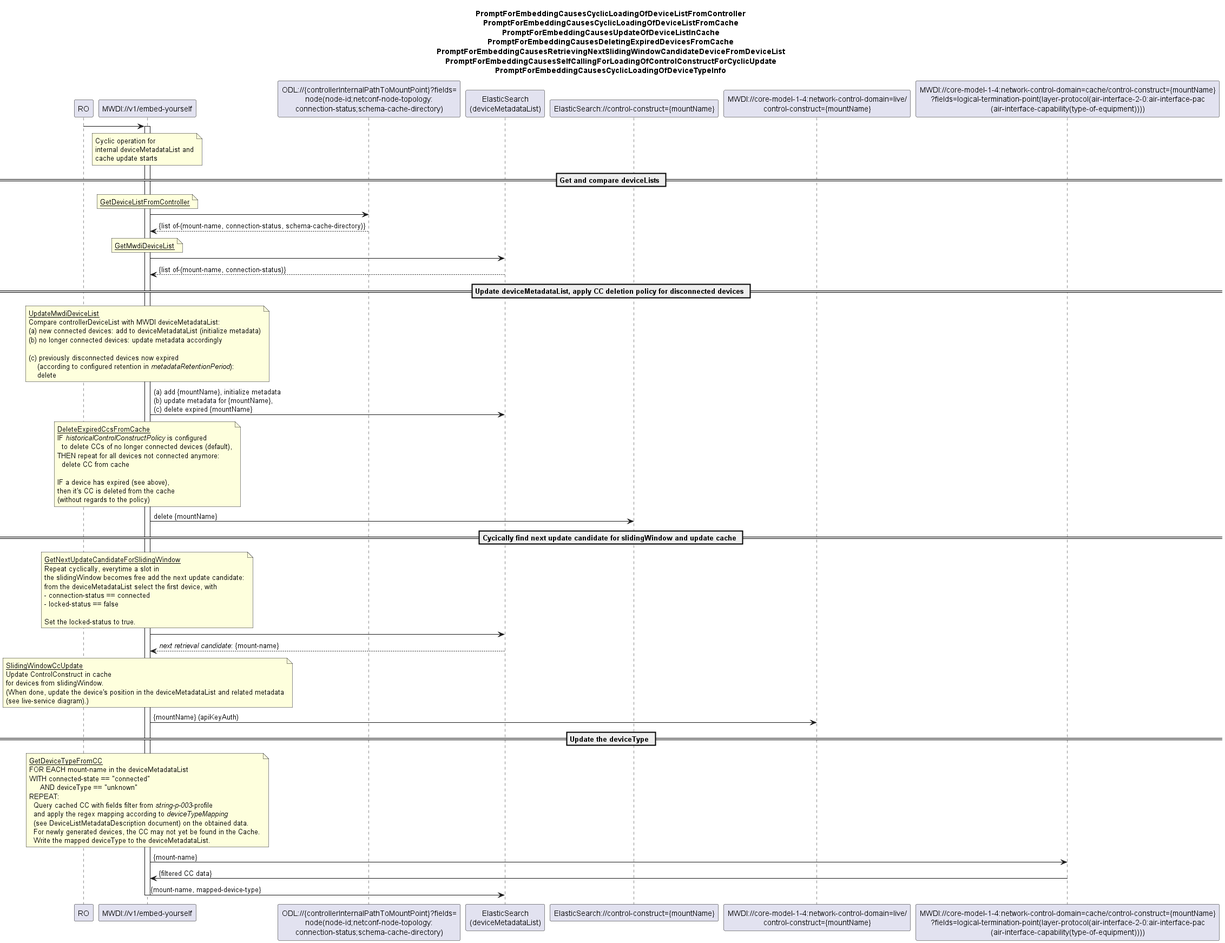
The PlantUML diagram spec/diagrams/00x_CyclicOperationBasedDeviceListSync.png in openBackhaul/MicroWaveDeviceInventory, before a commit.
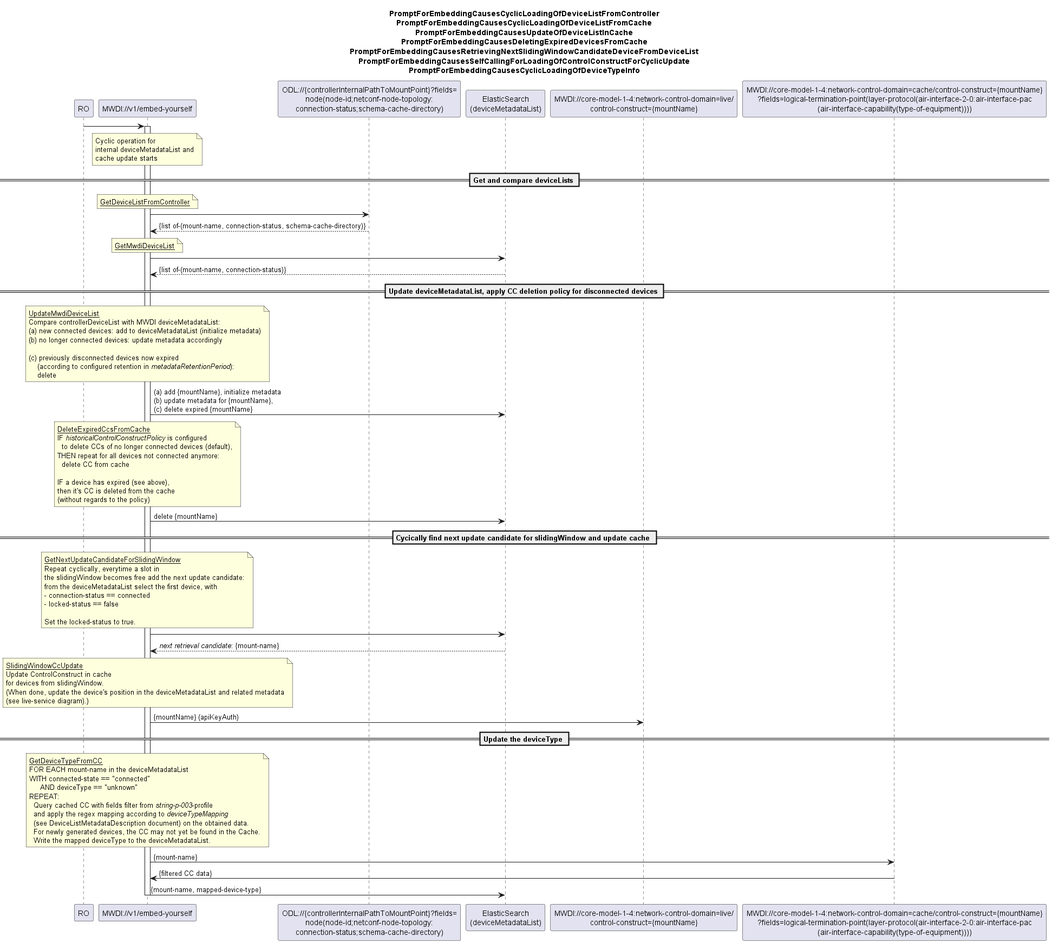
After the change.

Commit message:
correct diagram

What changed in the source:
```diff
@@ -15,7 +15,6 @@
 participant "MWDI://v1/embed-yourself" as mwdi
 participant "ODL://{controllerInternalPathToMountPoint}?fields=\nnode(node-id;netconf-node-topology:\nconnection-status;schema-cache-directory)" as odlConnectionStatus
 participant "ElasticSearch\n(deviceMetadataList)" as deviceList
-participant "ElasticSearch://control-construct={mountName}" as esCC
 participant "MWDI://core-model-1-4:network-control-domain=live/\ncontrol-construct={mountName}" as ControlConstruct
 participant "MWDI://core-model-1-4:network-control-domain=cache/control-construct={mountName}\n?fields=logical-termination-point(layer-protocol(air-interface-2-0:air-interface-pac\n(air-interface-capability(type-of-equipment))))" as mwdiDevType
 
@@ -69,7 +68,7 @@
   then it's CC is deleted from the cache
   (without regards to the policy)
 end note
-mwdi -> esCC: delete {mountName}
+mwdi -> deviceList: delete {mountName}
 
 == Cycically find next update candidate for slidingWindow and update cache ==
 
```
